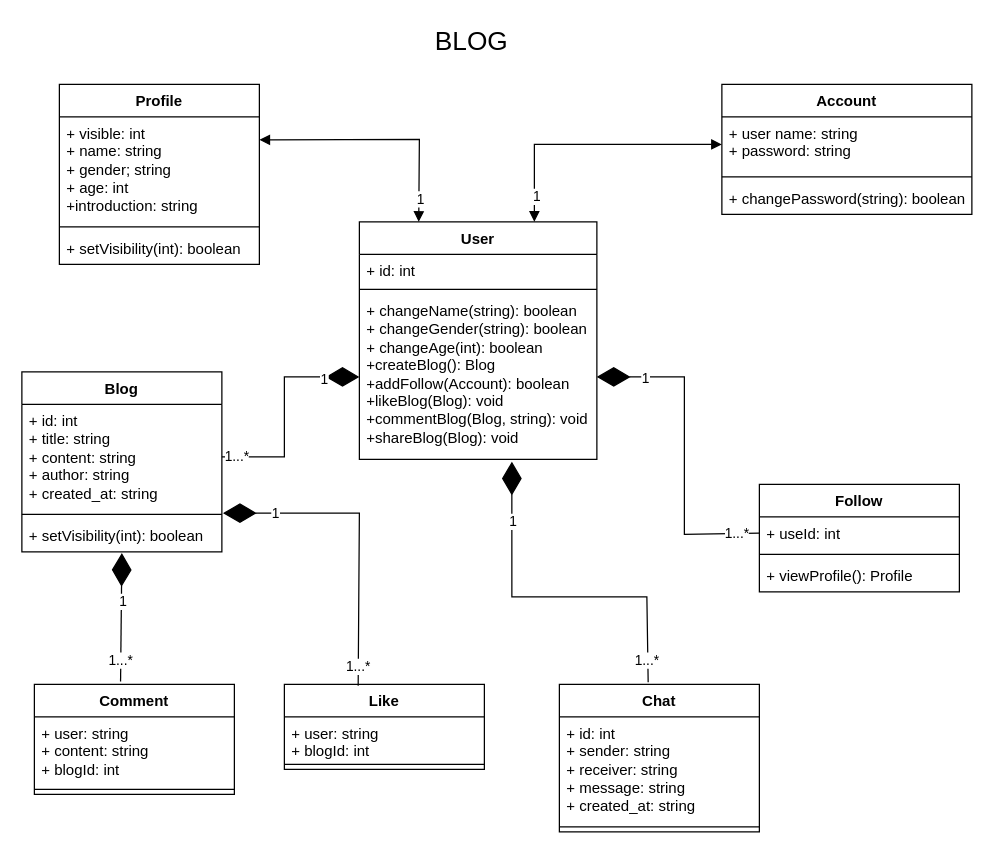
This is blog.drawio from lozia/RunningBalance, a draw.io file, before an edit. Source tidied: cells renumbered, new cells numbered last; positions are measured from the earlier drawing's top-left corner, leaving out a move shared by most shapes. Both pictures are drawn from the tidied source at 125%, with x=0, y=0 at pixel (21, 21).
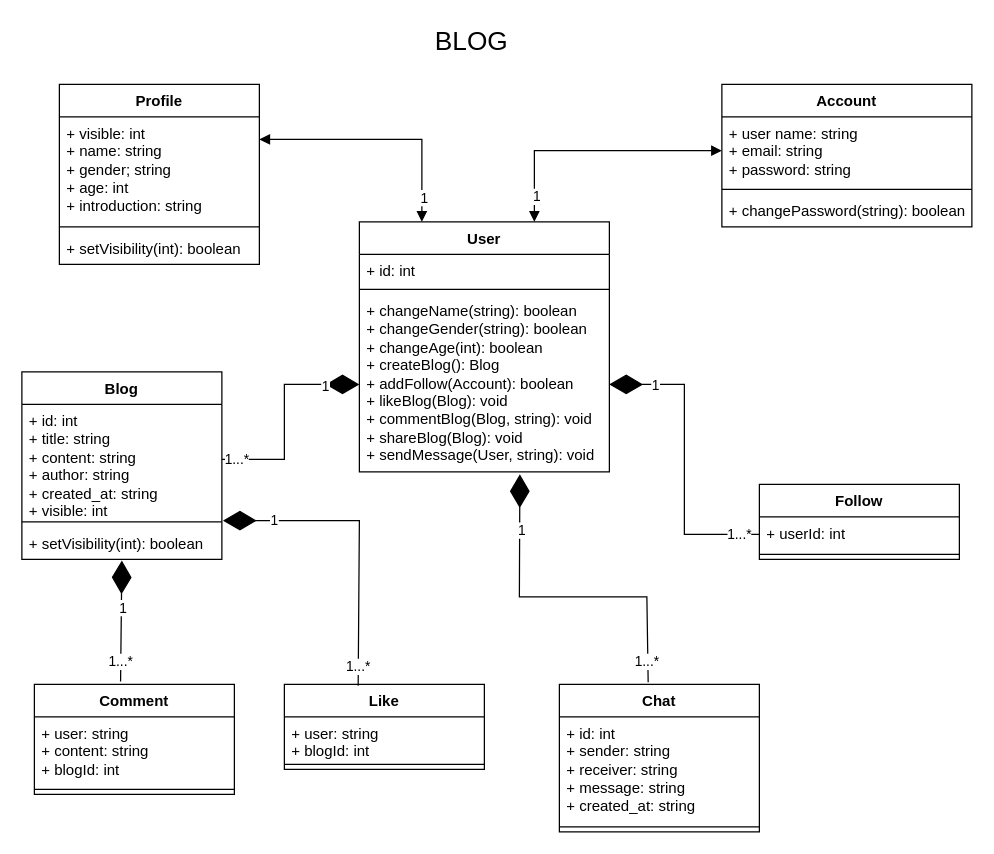
After the change.

Commit message (it also covers changes not shown here):
update object model

The change refers to these unchanged cells:
```xml
<mxCell id="11" value="Profile" style="swimlane;fontStyle=1;align=center;verticalAlign=top;horizontal=1;startSize=26;whiteSpace=wrap;html=1;" parent="1" vertex="1">
  <mxGeometry x="30" y="50" width="160" height="144" as="geometry" />
</mxCell>
<mxCell id="36" value="Like" style="swimlane;fontStyle=1;align=center;verticalAlign=top;horizontal=1;startSize=26;whiteSpace=wrap;html=1;" parent="1" vertex="1">
  <mxGeometry x="210" y="530" width="160" height="68" as="geometry" />
</mxCell>
<mxCell id="45" value="Chat" style="swimlane;fontStyle=1;align=center;verticalAlign=top;horizontal=1;startSize=26;whiteSpace=wrap;html=1;" parent="1" vertex="1">
  <mxGeometry x="430" y="530" width="160" height="118" as="geometry" />
</mxCell>
```

Change to the diagram source:
```diff
@@
     <mxCell id="3" value="Blog" style="swimlane;fontStyle=1;align=center;verticalAlign=top;horizontal=1;startSize=26;whiteSpace=wrap;html=1;" parent="1" vertex="1">
-      <mxGeometry y="280" width="160" height="144" as="geometry" />
+      <mxGeometry y="280" width="160" height="150" as="geometry" />
     </mxCell>
-    <mxCell id="4" value="+ id: int&lt;br&gt;+ title: string&lt;br&gt;+ content: string&lt;br&gt;+ author: string&lt;br&gt;+ created_at: string" style="text;strokeColor=none;fillColor=none;align=left;verticalAlign=top;spacingLeft=4;spacingRight=4;overflow=hidden;points=[[0,0.5],[1,0.5]];portConstraint=eastwest;whiteSpace=wrap;html=1;" parent="3" vertex="1">
-      <mxGeometry y="26" width="160" height="84" as="geometry" />
+    <mxCell id="4" value="+ id: int&lt;br&gt;+ title: string&lt;br&gt;+ content: string&lt;br&gt;+ author: string&lt;br&gt;+ created_at: string&lt;br&gt;+ visible: int" style="text;strokeColor=none;fillColor=none;align=left;verticalAlign=top;spacingLeft=4;spacingRight=4;overflow=hidden;points=[[0,0.5],[1,0.5]];portConstraint=eastwest;whiteSpace=wrap;html=1;" parent="3" vertex="1">
+      <mxGeometry y="26" width="160" height="90" as="geometry" />
     </mxCell>
     <mxCell id="5" style="line;strokeWidth=1;fillColor=none;align=left;verticalAlign=middle;spacingTop=-1;spacingLeft=3;spacingRight=3;labelPosition=right;strokeColor=inherit;" parent="3" vertex="1">
-      <mxGeometry y="110" width="160" height="8" as="geometry" />
+      <mxGeometry y="116" width="160" height="8" as="geometry" />
     </mxCell>
     <mxCell id="6" value="+ setVisibility(int): boolean" style="text;strokeColor=none;fillColor=none;align=left;verticalAlign=top;spacingLeft=4;spacingRight=4;overflow=hidden;points=[[0,0.5],[1,0.5]];portConstraint=eastwest;whiteSpace=wrap;html=1;" parent="3" vertex="1">
-      <mxGeometry y="118" width="160" height="26" as="geometry" />
+      <mxGeometry y="124" width="160" height="26" as="geometry" />
     </mxCell>
     <mxCell id="7" value="Account" style="swimlane;fontStyle=1;align=center;verticalAlign=top;horizontal=1;startSize=26;whiteSpace=wrap;html=1;" parent="1" vertex="1">
-      <mxGeometry x="560" y="50" width="200" height="104" as="geometry" />
+      <mxGeometry x="560" y="50" width="200" height="114" as="geometry" />
     </mxCell>
-    <mxCell id="8" value="+ user name: string&lt;br&gt;+&amp;nbsp;password:&amp;nbsp;string" style="text;strokeColor=none;fillColor=none;align=left;verticalAlign=top;spacingLeft=4;spacingRight=4;overflow=hidden;points=[[0,0.5],[1,0.5]];portConstraint=eastwest;whiteSpace=wrap;html=1;" parent="7" vertex="1">
-      <mxGeometry y="26" width="200" height="44" as="geometry" />
+    <mxCell id="8" value="+ user name: string&lt;br&gt;+ email: string&lt;br&gt;+&amp;nbsp;password:&amp;nbsp;string" style="text;strokeColor=none;fillColor=none;align=left;verticalAlign=top;spacingLeft=4;spacingRight=4;overflow=hidden;points=[[0,0.5],[1,0.5]];portConstraint=eastwest;whiteSpace=wrap;html=1;" parent="7" vertex="1">
+      <mxGeometry y="26" width="200" height="54" as="geometry" />
     </mxCell>
     <mxCell id="9" style="line;strokeWidth=1;fillColor=none;align=left;verticalAlign=middle;spacingTop=-1;spacingLeft=3;spacingRight=3;labelPosition=right;strokeColor=inherit;" parent="7" vertex="1">
-      <mxGeometry y="70" width="200" height="8" as="geometry" />
+      <mxGeometry y="80" width="200" height="8" as="geometry" />
     </mxCell>
     <mxCell id="10" value="+ changePassword(string): boolean" style="text;strokeColor=none;fillColor=none;align=left;verticalAlign=top;spacingLeft=4;spacingRight=4;overflow=hidden;whiteSpace=wrap;html=1;" parent="7" vertex="1">
-      <mxGeometry y="78" width="200" height="26" as="geometry" />
+      <mxGeometry y="88" width="200" height="26" as="geometry" />
     </mxCell>
@@
-    <mxCell id="12" value="+ visible: int&lt;br&gt;+ name: string&lt;br style=&quot;border-color: var(--border-color);&quot;&gt;+ gender; string&lt;br style=&quot;border-color: var(--border-color);&quot;&gt;+ age: int&lt;br&gt;+introduction: string" style="text;strokeColor=none;fillColor=none;align=left;verticalAlign=top;spacingLeft=4;spacingRight=4;overflow=hidden;points=[[0,0.5],[1,0.5]];portConstraint=eastwest;whiteSpace=wrap;html=1;" parent="11" vertex="1">
+    <mxCell id="12" value="+ visible: int&lt;br&gt;+ name: string&lt;br style=&quot;border-color: var(--border-color);&quot;&gt;+ gender; string&lt;br style=&quot;border-color: var(--border-color);&quot;&gt;+ age: int&lt;br&gt;+ introduction: string" style="text;strokeColor=none;fillColor=none;align=left;verticalAlign=top;spacingLeft=4;spacingRight=4;overflow=hidden;points=[[0,0.5],[1,0.5]];portConstraint=eastwest;whiteSpace=wrap;html=1;" parent="11" vertex="1">
       <mxGeometry y="26" width="160" height="84" as="geometry" />
     </mxCell>
@@
     <mxCell id="15" value="User" style="swimlane;fontStyle=1;align=center;verticalAlign=top;horizontal=1;startSize=26;whiteSpace=wrap;html=1;" parent="1" vertex="1">
-      <mxGeometry x="270" y="160" width="190" height="190" as="geometry" />
+      <mxGeometry x="270" y="160" width="200" height="200" as="geometry" />
     </mxCell>
     <mxCell id="16" value="+ id: int" style="text;strokeColor=none;fillColor=none;align=left;verticalAlign=top;spacingLeft=4;spacingRight=4;overflow=hidden;whiteSpace=wrap;html=1;" parent="15" vertex="1">
-      <mxGeometry y="26" width="190" height="24" as="geometry" />
+      <mxGeometry y="26" width="200" height="24" as="geometry" />
     </mxCell>
     <mxCell id="17" style="line;strokeWidth=1;fillColor=none;align=left;verticalAlign=middle;spacingTop=-1;spacingLeft=3;spacingRight=3;labelPosition=right;strokeColor=inherit;" parent="15" vertex="1">
-      <mxGeometry y="50" width="190" height="8" as="geometry" />
+      <mxGeometry y="50" width="200" height="8" as="geometry" />
     </mxCell>
-    <mxCell id="18" value="+ changeName(string): boolean&lt;br&gt;+ changeGender(string): boolean&lt;br&gt;+ changeAge(int): boolean&lt;br&gt;+createBlog(): Blog&lt;br&gt;+addFollow(Account): boolean&lt;br&gt;+likeBlog(Blog): void&lt;br&gt;+commentBlog(Blog, string): void&lt;br&gt;+shareBlog(Blog): void" style="text;strokeColor=none;fillColor=none;align=left;verticalAlign=top;spacingLeft=4;spacingRight=4;overflow=hidden;points=[[0,0.5],[1,0.5]];portConstraint=eastwest;whiteSpace=wrap;html=1;" parent="15" vertex="1">
-      <mxGeometry y="58" width="190" height="132" as="geometry" />
+    <mxCell id="18" value="+ changeName(string): boolean&lt;br&gt;+ changeGender(string): boolean&lt;br&gt;+ changeAge(int): boolean&lt;br&gt;+ createBlog(): Blog&lt;br&gt;+ addFollow(Account): boolean&lt;br&gt;+ likeBlog(Blog): void&lt;br&gt;+ commentBlog(Blog, string): void&lt;br&gt;+ shareBlog(Blog): void&lt;br&gt;+ sendMessage(User, string): void" style="text;strokeColor=none;fillColor=none;align=left;verticalAlign=top;spacingLeft=4;spacingRight=4;overflow=hidden;points=[[0,0.5],[1,0.5]];portConstraint=eastwest;whiteSpace=wrap;html=1;" parent="15" vertex="1">
+      <mxGeometry y="58" width="200" height="142" as="geometry" />
     </mxCell>
     <mxCell id="19" value="Follow" style="swimlane;fontStyle=1;align=center;verticalAlign=top;horizontal=1;startSize=26;whiteSpace=wrap;html=1;" parent="1" vertex="1">
-      <mxGeometry x="590" y="370" width="160" height="86" as="geometry" />
+      <mxGeometry x="590" y="370" width="160" height="60" as="geometry" />
     </mxCell>
-    <mxCell id="20" value="+ useId: int" style="text;strokeColor=none;fillColor=none;align=left;verticalAlign=top;spacingLeft=4;spacingRight=4;overflow=hidden;points=[[0,0.5],[1,0.5]];portConstraint=eastwest;whiteSpace=wrap;html=1;" parent="19" vertex="1">
+    <mxCell id="20" value="+ userId: int" style="text;strokeColor=none;fillColor=none;align=left;verticalAlign=top;spacingLeft=4;spacingRight=4;overflow=hidden;points=[[0,0.5],[1,0.5]];portConstraint=eastwest;whiteSpace=wrap;html=1;" parent="19" vertex="1">
       <mxGeometry y="26" width="160" height="26" as="geometry" />
     </mxCell>
@@
-    <mxCell id="22" value="+ viewProfile(): Profile" style="text;strokeColor=none;fillColor=none;align=left;verticalAlign=top;spacingLeft=4;spacingRight=4;overflow=hidden;whiteSpace=wrap;html=1;" parent="19" vertex="1">
-      <mxGeometry y="60" width="160" height="26" as="geometry" />
-    </mxCell>
-    <mxCell id="23" style="endArrow=diamondThin;endFill=1;endSize=24;html=1;rounded=0;entryX=0;entryY=0.5;entryDx=0;entryDy=0;exitX=1;exitY=0.5;exitDx=0;exitDy=0;" parent="1" edge="1" source="4" target="18">
+    <mxCell id="23" style="endArrow=diamondThin;endFill=1;endSize=24;html=1;rounded=0;" parent="1" edge="1">
       <mxGeometry relative="1" as="geometry">
+        <mxPoint x="160" y="350" as="sourcePoint" />
+        <mxPoint x="270" y="290" as="targetPoint" />
         <Array as="points">
-          <mxPoint x="210" y="348" />
-          <mxPoint x="210" y="284" />
+          <mxPoint x="210" y="350" />
+          <mxPoint x="210" y="290" />
         </Array>
       </mxGeometry>
     </mxCell>
@@
-    <mxCell id="26" style="endArrow=diamondThin;endFill=1;endSize=24;html=1;rounded=0;entryX=1;entryY=0.5;entryDx=0;entryDy=0;exitX=0;exitY=0.5;exitDx=0;exitDy=0;" parent="1" edge="1" source="20" target="18">
+    <mxCell id="26" style="endArrow=diamondThin;endFill=1;endSize=24;html=1;rounded=0;" parent="1" edge="1">
       <mxGeometry relative="1" as="geometry">
+        <mxPoint x="590" y="410" as="sourcePoint" />
+        <mxPoint x="470" y="290" as="targetPoint" />
         <Array as="points">
           <mxPoint x="530" y="410" />
-          <mxPoint x="530" y="284" />
+          <mxPoint x="530" y="290" />
         </Array>
       </mxGeometry>
     </mxCell>
@@
-    <mxCell id="29" style="endArrow=block;startArrow=block;endFill=1;startFill=1;html=1;rounded=0;exitX=1;exitY=0.219;exitDx=0;exitDy=0;entryX=0.25;entryY=0;entryDx=0;entryDy=0;exitPerimeter=0;" parent="1" edge="1" source="12" target="15">
+    <mxCell id="29" style="endArrow=block;startArrow=block;endFill=1;startFill=1;html=1;rounded=0;entryX=0.25;entryY=0;entryDx=0;entryDy=0;" parent="1" edge="1" target="15">
       <mxGeometry relative="1" as="geometry">
+        <mxPoint x="190" y="94" as="sourcePoint" />
         <Array as="points">
-          <mxPoint x="318" y="94" />
+          <mxPoint x="320" y="94" />
         </Array>
       </mxGeometry>
     </mxCell>
@@
     <mxCell id="31" style="endArrow=block;startArrow=block;endFill=1;startFill=1;html=1;rounded=0;" parent="1" edge="1" source="8">
       <mxGeometry relative="1" as="geometry">
         <mxPoint x="410" y="160" as="targetPoint" />
         <Array as="points">
-          <mxPoint x="410" y="98" />
+          <mxPoint x="410" y="103" />
         </Array>
       </mxGeometry>
     </mxCell>
@@
     <mxCell id="39" style="endArrow=diamondThin;endFill=1;endSize=24;html=1;rounded=0;entryX=1.006;entryY=-0.192;entryDx=0;entryDy=0;entryPerimeter=0;exitX=0.369;exitY=0.015;exitDx=0;exitDy=0;exitPerimeter=0;" parent="1" edge="1" source="36" target="6">
       <mxGeometry relative="1" as="geometry">
         <Array as="points">
-          <mxPoint x="270" y="393" />
+          <mxPoint x="270" y="399" />
         </Array>
       </mxGeometry>
     </mxCell>
@@
     <mxCell id="48" style="endArrow=diamondThin;endFill=1;endSize=24;html=1;rounded=0;entryX=0.642;entryY=1.014;entryDx=0;entryDy=0;entryPerimeter=0;exitX=0.444;exitY=-0.015;exitDx=0;exitDy=0;exitPerimeter=0;" parent="1" edge="1" source="45" target="18">
       <mxGeometry relative="1" as="geometry">
         <Array as="points">
           <mxPoint x="500" y="460" />
-          <mxPoint x="392" y="460" />
+          <mxPoint x="398" y="460" />
         </Array>
       </mxGeometry>
     </mxCell>
```
